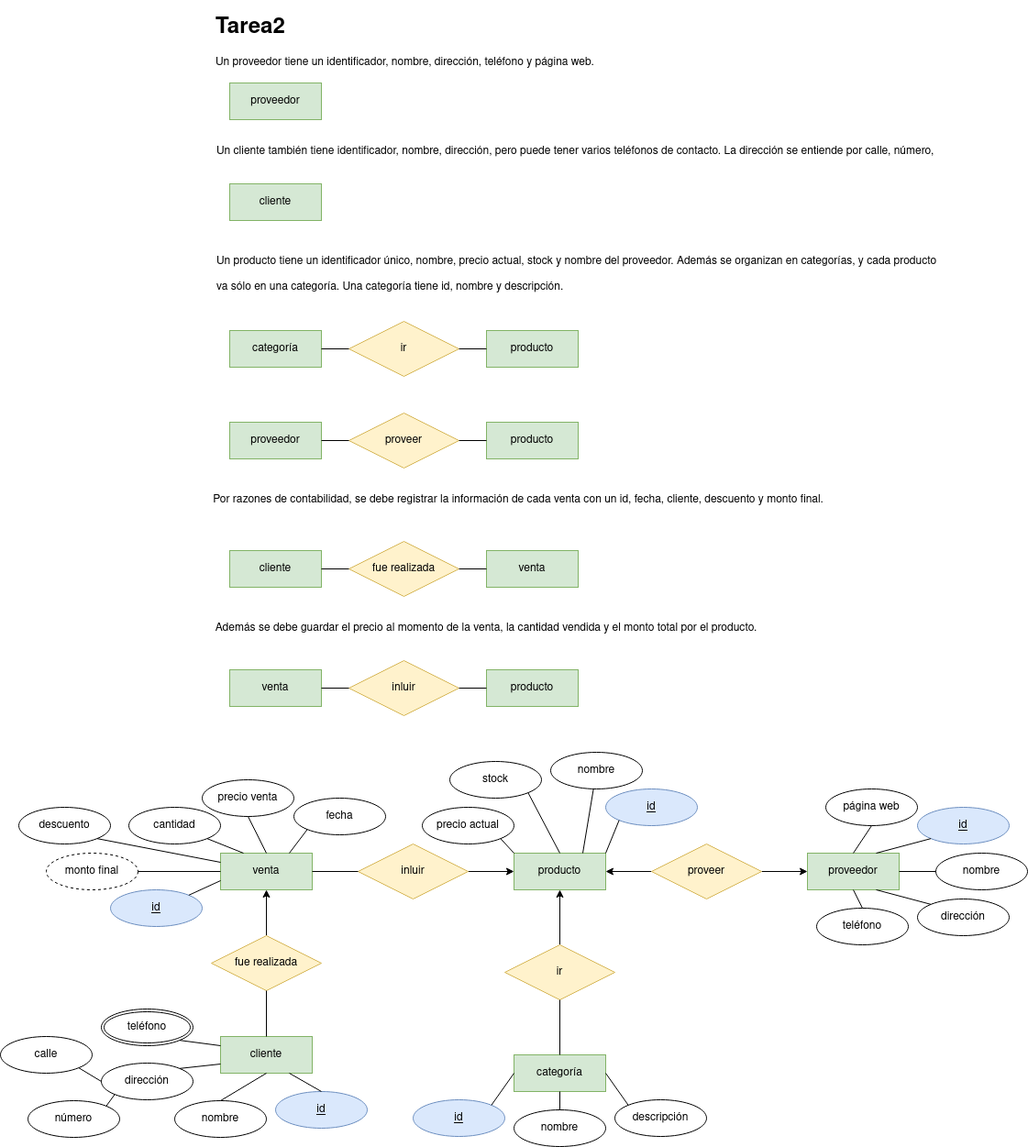
Before: tareasER/tarea2.png, a diagram exported from draw.io (javigh193/bae). Source tidied: cells renumbered, new cells last; positions are measured from the earlier drawing's top-left corner, leaving out a move shared by most shapes.
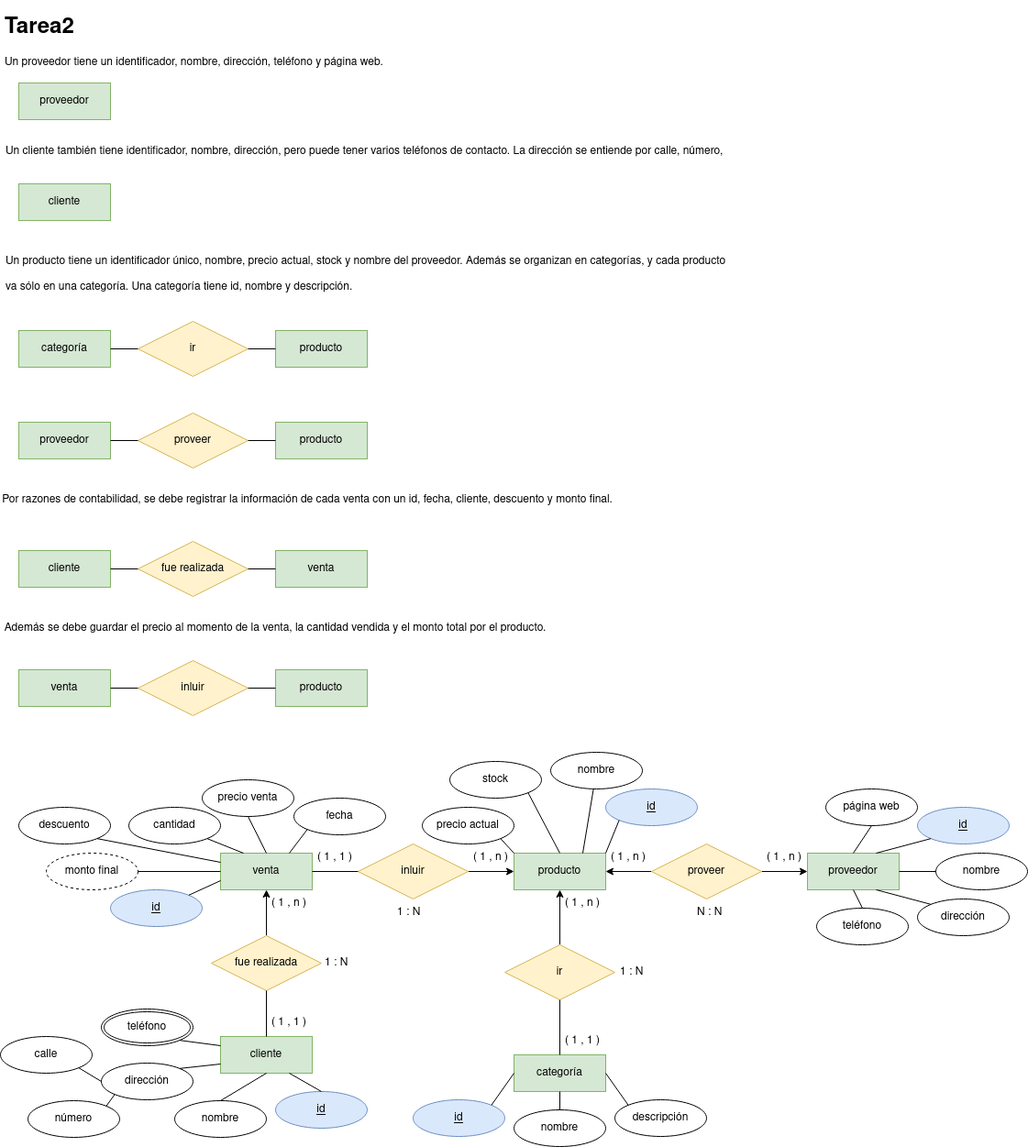
After the change.

What changed in the source:
```diff
@@ -3,28 +3,28 @@
     <mxCell id="0" />
     <mxCell id="1" parent="0" />
     <mxCell id="2" value="&lt;h1&gt;Tarea2&lt;br&gt;&lt;/h1&gt;&lt;p&gt;Un proveedor tiene un identificador, nombre, dirección, teléfono y página web.&lt;/p&gt;" style="text;html=1;strokeColor=none;fillColor=none;spacing=5;spacingTop=-20;whiteSpace=wrap;overflow=hidden;rounded=0;" parent="1" vertex="1">
-      <mxGeometry x="230" width="780" height="70" as="geometry" />
+      <mxGeometry width="780" height="70" as="geometry" />
     </mxCell>
     <mxCell id="3" value="proveedor" style="whiteSpace=wrap;html=1;align=center;fillColor=#d5e8d4;strokeColor=#82b366;" parent="1" vertex="1">
-      <mxGeometry x="250" y="80" width="100" height="40" as="geometry" />
+      <mxGeometry x="20" y="80" width="100" height="40" as="geometry" />
     </mxCell>
     <mxCell id="4" value="Un cliente también tiene identificador, nombre, dirección, pero puede tener varios teléfonos de contacto. La dirección se entiende por calle, número, &#10;&#10;provincia y ciudad." style="text;strokeColor=none;fillColor=none;spacingLeft=4;spacingRight=4;overflow=hidden;fontSize=12;" parent="1" vertex="1">
-      <mxGeometry x="230" y="140" width="800" height="30" as="geometry" />
+      <mxGeometry y="140" width="800" height="30" as="geometry" />
     </mxCell>
     <mxCell id="5" value="cliente" style="whiteSpace=wrap;html=1;align=center;fillColor=#d5e8d4;strokeColor=#82b366;" parent="1" vertex="1">
-      <mxGeometry x="250" y="190" width="100" height="40" as="geometry" />
+      <mxGeometry x="20" y="190" width="100" height="40" as="geometry" />
     </mxCell>
     <mxCell id="6" value="Un producto tiene un identificador único, nombre, precio actual, stock y nombre del proveedor. Además se organizan en categorías, y cada producto &#10;&#10;va sólo en una categoría. Una categoría tiene id, nombre y descripción." style="text;strokeColor=none;fillColor=none;spacingLeft=4;spacingRight=4;overflow=hidden;fontSize=12;" parent="1" vertex="1">
-      <mxGeometry x="230" y="260" width="800" height="60" as="geometry" />
+      <mxGeometry y="260" width="800" height="60" as="geometry" />
     </mxCell>
     <mxCell id="7" value="categoría" style="whiteSpace=wrap;html=1;align=center;fillColor=#d5e8d4;strokeColor=#82b366;" parent="1" vertex="1">
-      <mxGeometry x="250" y="350" width="100" height="40" as="geometry" />
+      <mxGeometry x="20" y="350" width="100" height="40" as="geometry" />
     </mxCell>
     <mxCell id="8" value="producto" style="whiteSpace=wrap;html=1;align=center;fillColor=#d5e8d4;strokeColor=#82b366;" parent="1" vertex="1">
-      <mxGeometry x="530" y="350" width="100" height="40" as="geometry" />
+      <mxGeometry x="300" y="350" width="100" height="40" as="geometry" />
     </mxCell>
     <mxCell id="9" value="ir" style="shape=rhombus;perimeter=rhombusPerimeter;whiteSpace=wrap;html=1;align=center;fillColor=#fff2cc;strokeColor=#d6b656;" parent="1" vertex="1">
-      <mxGeometry x="380" y="340" width="120" height="60" as="geometry" />
+      <mxGeometry x="150" y="340" width="120" height="60" as="geometry" />
     </mxCell>
     <mxCell id="10" style="endArrow=none;html=1;rounded=0;exitX=0;exitY=0.5;exitDx=0;exitDy=0;entryX=1;entryY=0.5;entryDx=0;entryDy=0;" parent="1" edge="1" source="8" target="9">
       <mxGeometry relative="1" as="geometry" />
@@ -33,13 +33,13 @@
       <mxGeometry relative="1" as="geometry" />
     </mxCell>
     <mxCell id="12" value="proveedor" style="whiteSpace=wrap;html=1;align=center;fillColor=#d5e8d4;strokeColor=#82b366;" parent="1" vertex="1">
-      <mxGeometry x="250" y="450" width="100" height="40" as="geometry" />
+      <mxGeometry x="20" y="450" width="100" height="40" as="geometry" />
     </mxCell>
     <mxCell id="13" value="proveer" style="shape=rhombus;perimeter=rhombusPerimeter;whiteSpace=wrap;html=1;align=center;fillColor=#fff2cc;strokeColor=#d6b656;" parent="1" vertex="1">
-      <mxGeometry x="380" y="440" width="120" height="60" as="geometry" />
+      <mxGeometry x="150" y="440" width="120" height="60" as="geometry" />
     </mxCell>
     <mxCell id="14" value="producto" style="whiteSpace=wrap;html=1;align=center;fillColor=#d5e8d4;strokeColor=#82b366;" parent="1" vertex="1">
-      <mxGeometry x="530" y="450" width="100" height="40" as="geometry" />
+      <mxGeometry x="300" y="450" width="100" height="40" as="geometry" />
     </mxCell>
     <mxCell id="15" style="endArrow=none;html=1;rounded=0;exitX=0;exitY=0.5;exitDx=0;exitDy=0;entryX=1;entryY=0.5;entryDx=0;entryDy=0;" parent="1" edge="1" source="14" target="13">
       <mxGeometry relative="1" as="geometry" />
@@ -48,16 +48,16 @@
       <mxGeometry relative="1" as="geometry" />
     </mxCell>
     <mxCell id="17" value="Por razones de contabilidad, se debe registrar la información de cada venta con un id, fecha, cliente, descuento y monto final." style="text;html=1;strokeColor=none;fillColor=none;align=center;verticalAlign=middle;whiteSpace=wrap;rounded=0;" parent="1" vertex="1">
-      <mxGeometry x="230" y="520" width="670" height="30" as="geometry" />
+      <mxGeometry y="520" width="670" height="30" as="geometry" />
     </mxCell>
     <mxCell id="18" value="venta" style="whiteSpace=wrap;html=1;align=center;fillColor=#d5e8d4;strokeColor=#82b366;" parent="1" vertex="1">
-      <mxGeometry x="530" y="590" width="100" height="40" as="geometry" />
+      <mxGeometry x="300" y="590" width="100" height="40" as="geometry" />
     </mxCell>
     <mxCell id="19" value="cliente" style="whiteSpace=wrap;html=1;align=center;fillColor=#d5e8d4;strokeColor=#82b366;" parent="1" vertex="1">
-      <mxGeometry x="250" y="590" width="100" height="40" as="geometry" />
+      <mxGeometry x="20" y="590" width="100" height="40" as="geometry" />
     </mxCell>
     <mxCell id="20" value="fue realizada" style="shape=rhombus;perimeter=rhombusPerimeter;whiteSpace=wrap;html=1;align=center;fillColor=#fff2cc;strokeColor=#d6b656;" parent="1" vertex="1">
-      <mxGeometry x="380" y="580" width="120" height="60" as="geometry" />
+      <mxGeometry x="150" y="580" width="120" height="60" as="geometry" />
     </mxCell>
     <mxCell id="21" style="endArrow=none;html=1;rounded=0;exitX=1;exitY=0.5;exitDx=0;exitDy=0;entryX=0;entryY=0.5;entryDx=0;entryDy=0;" parent="1" edge="1" source="19" target="20">
       <mxGeometry relative="1" as="geometry" />
@@ -66,16 +66,16 @@
       <mxGeometry relative="1" as="geometry" />
     </mxCell>
     <mxCell id="23" value="Además se debe guardar el precio al momento de la venta, la cantidad vendida y el monto total por el producto." style="text;html=1;strokeColor=none;fillColor=none;align=center;verticalAlign=middle;whiteSpace=wrap;rounded=0;" parent="1" vertex="1">
-      <mxGeometry x="230" y="660" width="600" height="30" as="geometry" />
+      <mxGeometry y="660" width="600" height="30" as="geometry" />
     </mxCell>
     <mxCell id="24" value="producto" style="whiteSpace=wrap;html=1;align=center;fillColor=#d5e8d4;strokeColor=#82b366;" parent="1" vertex="1">
-      <mxGeometry x="530" y="720" width="100" height="40" as="geometry" />
+      <mxGeometry x="300" y="720" width="100" height="40" as="geometry" />
     </mxCell>
     <mxCell id="25" value="venta" style="whiteSpace=wrap;html=1;align=center;fillColor=#d5e8d4;strokeColor=#82b366;" parent="1" vertex="1">
-      <mxGeometry x="250" y="720" width="100" height="40" as="geometry" />
+      <mxGeometry x="20" y="720" width="100" height="40" as="geometry" />
     </mxCell>
     <mxCell id="26" value="inluir" style="shape=rhombus;perimeter=rhombusPerimeter;whiteSpace=wrap;html=1;align=center;fillColor=#fff2cc;strokeColor=#d6b656;" parent="1" vertex="1">
-      <mxGeometry x="380" y="710" width="120" height="60" as="geometry" />
+      <mxGeometry x="150" y="710" width="120" height="60" as="geometry" />
     </mxCell>
     <mxCell id="27" style="endArrow=none;html=1;rounded=0;exitX=0;exitY=0.5;exitDx=0;exitDy=0;entryX=1;entryY=0.5;entryDx=0;entryDy=0;" parent="1" edge="1" source="24" target="26">
       <mxGeometry relative="1" as="geometry" />
@@ -278,5 +278,41 @@
     <mxCell id="93" style="endArrow=none;html=1;rounded=0;exitX=1;exitY=0.5;exitDx=0;exitDy=0;entryX=0;entryY=0.5;entryDx=0;entryDy=0;" parent="1" edge="1" source="85" target="40">
       <mxGeometry relative="1" as="geometry" />
     </mxCell>
+    <mxCell id="94" value="( 1 , 1 )" style="text;strokeColor=none;fillColor=none;spacingLeft=4;spacingRight=4;overflow=hidden;fontSize=12;" parent="1" vertex="1">
+      <mxGeometry x="290" y="1090" width="50" height="30" as="geometry" />
+    </mxCell>
+    <mxCell id="95" value="( 1 , 1 )" style="text;strokeColor=none;fillColor=none;spacingLeft=4;spacingRight=4;overflow=hidden;fontSize=12;" parent="1" vertex="1">
+      <mxGeometry x="610" y="1110" width="50" height="30" as="geometry" />
+    </mxCell>
+    <mxCell id="96" value="( 1 , 1 )" style="text;strokeColor=none;fillColor=none;spacingLeft=4;spacingRight=4;overflow=hidden;fontSize=12;" parent="1" vertex="1">
+      <mxGeometry x="340" y="910" width="50" height="30" as="geometry" />
+    </mxCell>
+    <mxCell id="97" value="( 1 , n )" style="text;strokeColor=none;fillColor=none;spacingLeft=4;spacingRight=4;overflow=hidden;fontSize=12;" parent="1" vertex="1">
+      <mxGeometry x="510" y="910" width="50" height="30" as="geometry" />
+    </mxCell>
+    <mxCell id="98" value="( 1 , n )" style="text;strokeColor=none;fillColor=none;spacingLeft=4;spacingRight=4;overflow=hidden;fontSize=12;" parent="1" vertex="1">
+      <mxGeometry x="290" y="960" width="50" height="30" as="geometry" />
+    </mxCell>
+    <mxCell id="99" value="( 1 , n )" style="text;strokeColor=none;fillColor=none;spacingLeft=4;spacingRight=4;overflow=hidden;fontSize=12;" parent="1" vertex="1">
+      <mxGeometry x="830" y="910" width="50" height="30" as="geometry" />
+    </mxCell>
+    <mxCell id="100" value="( 1 , n )" style="text;strokeColor=none;fillColor=none;spacingLeft=4;spacingRight=4;overflow=hidden;fontSize=12;" parent="1" vertex="1">
+      <mxGeometry x="660" y="910" width="50" height="30" as="geometry" />
+    </mxCell>
+    <mxCell id="101" value="( 1 , n )" style="text;strokeColor=none;fillColor=none;spacingLeft=4;spacingRight=4;overflow=hidden;fontSize=12;" parent="1" vertex="1">
+      <mxGeometry x="610" y="960" width="50" height="30" as="geometry" />
+    </mxCell>
+    <mxCell id="102" value="1 : N" style="text;strokeColor=none;fillColor=none;spacingLeft=4;spacingRight=4;overflow=hidden;fontSize=12;" parent="1" vertex="1">
+      <mxGeometry x="348" y="1025" width="46" height="30" as="geometry" />
+    </mxCell>
+    <mxCell id="103" value="1 : N" style="text;strokeColor=none;fillColor=none;spacingLeft=4;spacingRight=4;overflow=hidden;fontSize=12;" parent="1" vertex="1">
+      <mxGeometry x="670" y="1035" width="46" height="30" as="geometry" />
+    </mxCell>
+    <mxCell id="104" value="1 : N" style="text;strokeColor=none;fillColor=none;spacingLeft=4;spacingRight=4;overflow=hidden;fontSize=12;" parent="1" vertex="1">
+      <mxGeometry x="427" y="970" width="46" height="30" as="geometry" />
+    </mxCell>
+    <mxCell id="105" value="N : N" style="text;strokeColor=none;fillColor=none;spacingLeft=4;spacingRight=4;overflow=hidden;fontSize=12;" parent="1" vertex="1">
+      <mxGeometry x="754" y="970" width="46" height="30" as="geometry" />
+    </mxCell>
   </root>
 </mxGraphModel>
```
